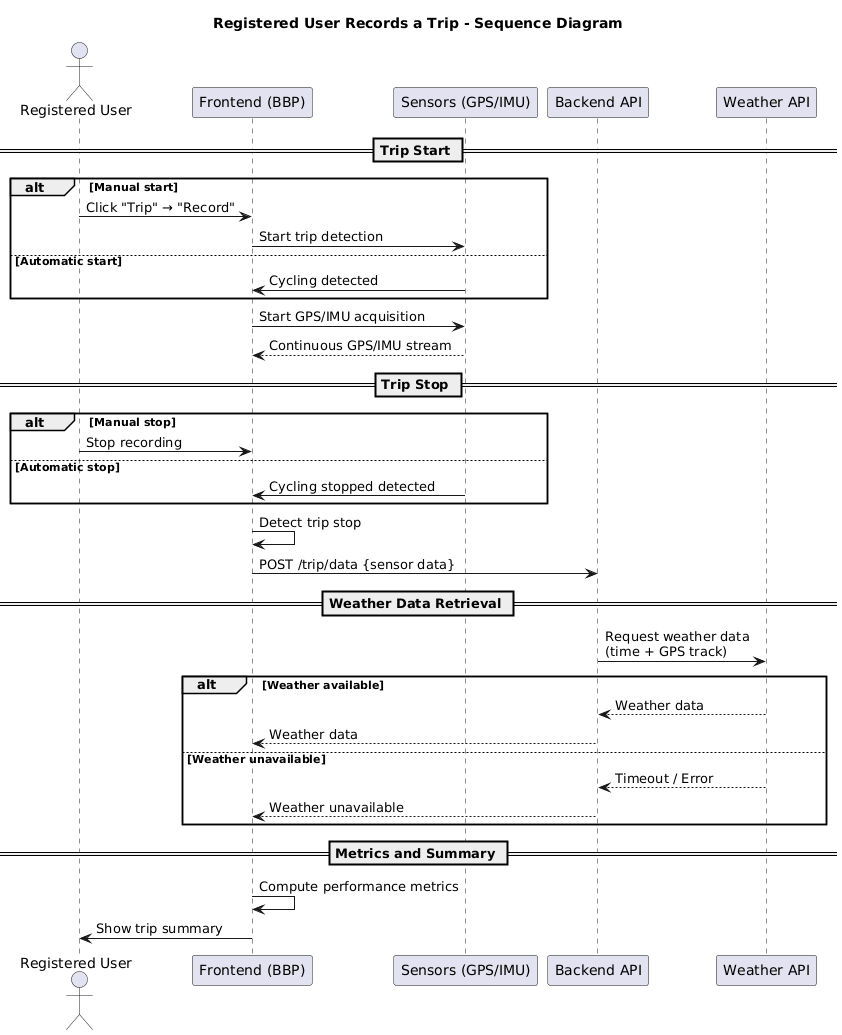
Above: RASD/Images/sequence_diagrams/trip.png in gixium/BPP-System-Design-Specification (PlantUML), before the change.
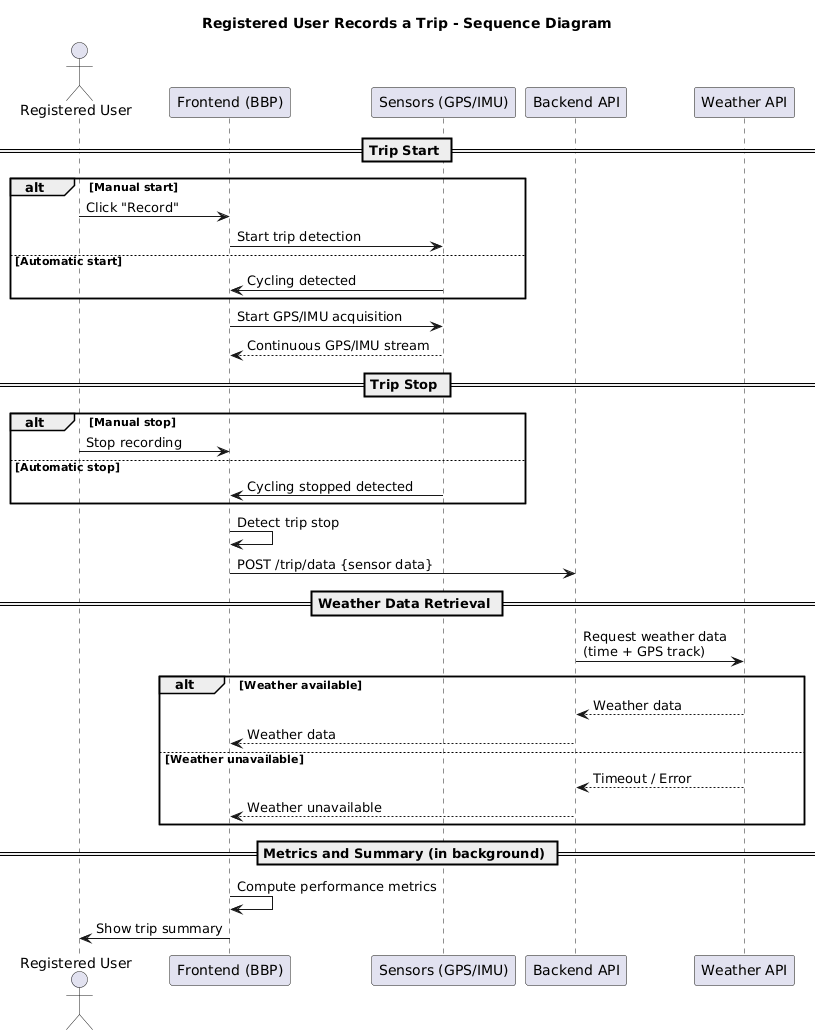
Above is the later version.

Commit message:
update trip sequence diagram

Diff of the diagram source:
```diff
@@ -10,7 +10,7 @@
 == Trip Start ==
 
 alt Manual start
-    U -> FE : Click "Trip" → "Record"
+    U -> FE : Click "Record"
     FE -> SENS : Start trip detection
 else Automatic start
     SENS -> FE : Cycling detected
@@ -43,7 +43,7 @@
     BE --> FE : Weather unavailable
 end
 
-== Metrics and Summary ==
+== Metrics and Summary (in background) ==
 
 FE -> FE : Compute performance metrics
 FE -> U : Show trip summary
```
